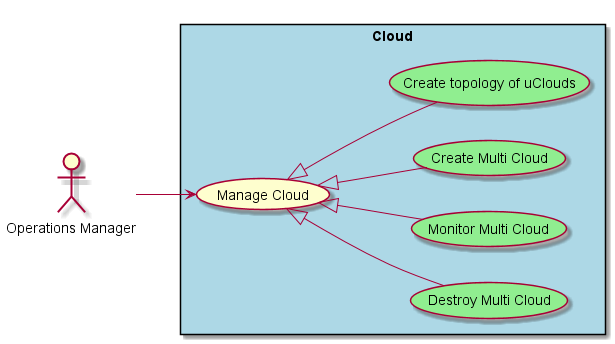
CAADE/edgeville keeps this PlantUML diagram as docs/Solution/Cloud/UseCases.png. Above is the earlier version.
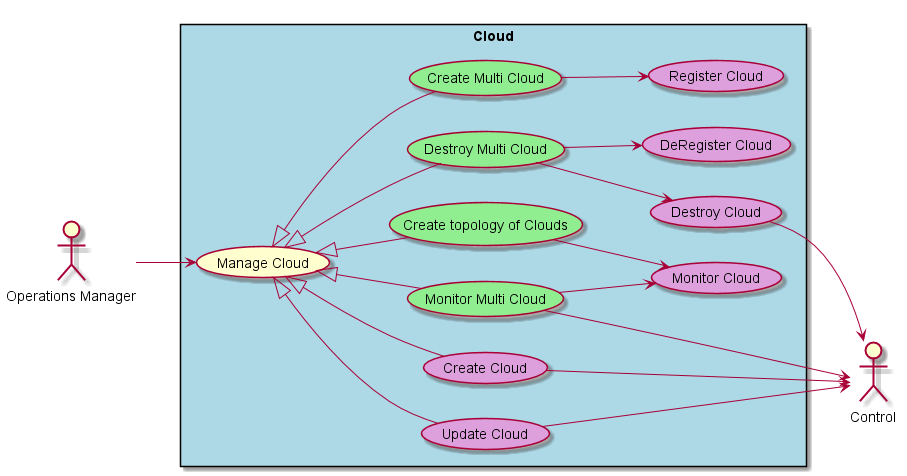
Above is the later version.

Change to the diagram source:
```diff
@@ -3,19 +3,38 @@
 left to right direction
 
 actor :Operations Manager: as Actor
+actor :Control: as Control
 
 rectangle "Cloud" #lightBlue {
     UseCase UC1 as "Manage Cloud"
     UseCase UC2 as "Destroy Multi Cloud" #lightgreen
     UseCase UC3 as "Monitor Multi Cloud" #lightgreen
     UseCase UC4 as "Create Multi Cloud" #lightgreen
-    UseCase UC5 as "Create topology of uClouds" #lightgreen
+    UseCase UC5 as "Create topology of Clouds" #lightgreen
+    UseCase UCA1 as "Create Cloud" #plum
+    UseCase UCA2 as "Register Cloud" #plum
+    UseCase UCA3 as "Monitor Cloud" #plum
+    UseCase UCA4 as "Update Cloud" #plum
+    UseCase UCA5 as "Destroy Cloud" #plum
+    UseCase UCA6 as "DeRegister Cloud" #plum
 
     Actor --> UC1
     UC1 <|-- UC2
     UC1 <|-- UC3
     UC1 <|-- UC4
     UC1 <|-- UC5
+    UC2 --> UCA6
+    UC2 --> UCA5
+    UC1 <|-- UCA1
+
+    UCA5 --> Control
+    UCA1 --> Control
+    UC4 --> UCA2
+    UC3 --> UCA3
+    UC5 --> UCA3
+    UC1 <|-- UCA4
+    UCA4 --> Control
+    UC3 --> Control
 }
 
 @enduml
```
